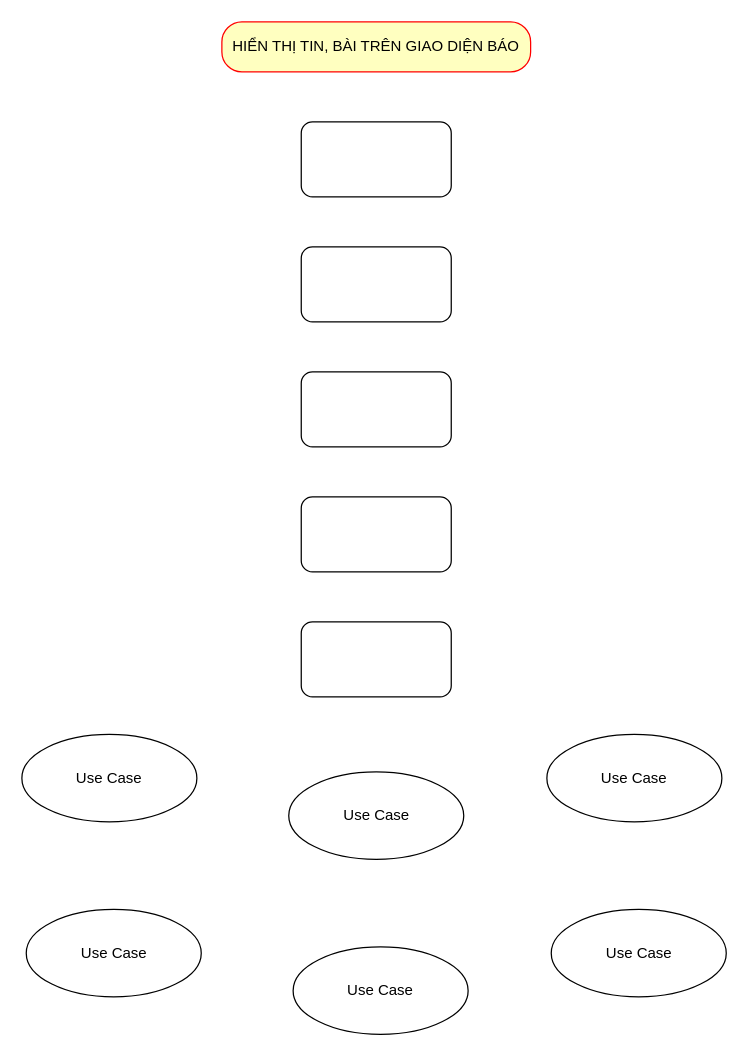
Earlier version of the draw.io diagram luanvan.drawio (malware-d/blockchain). Source tidied: cells renumbered, new cells numbered last; positions are measured from the earlier drawing's top-left corner, leaving out a move shared by most shapes. Both pictures are drawn from the tidied source at 125%, with x=0, y=0 at pixel (21, 21).
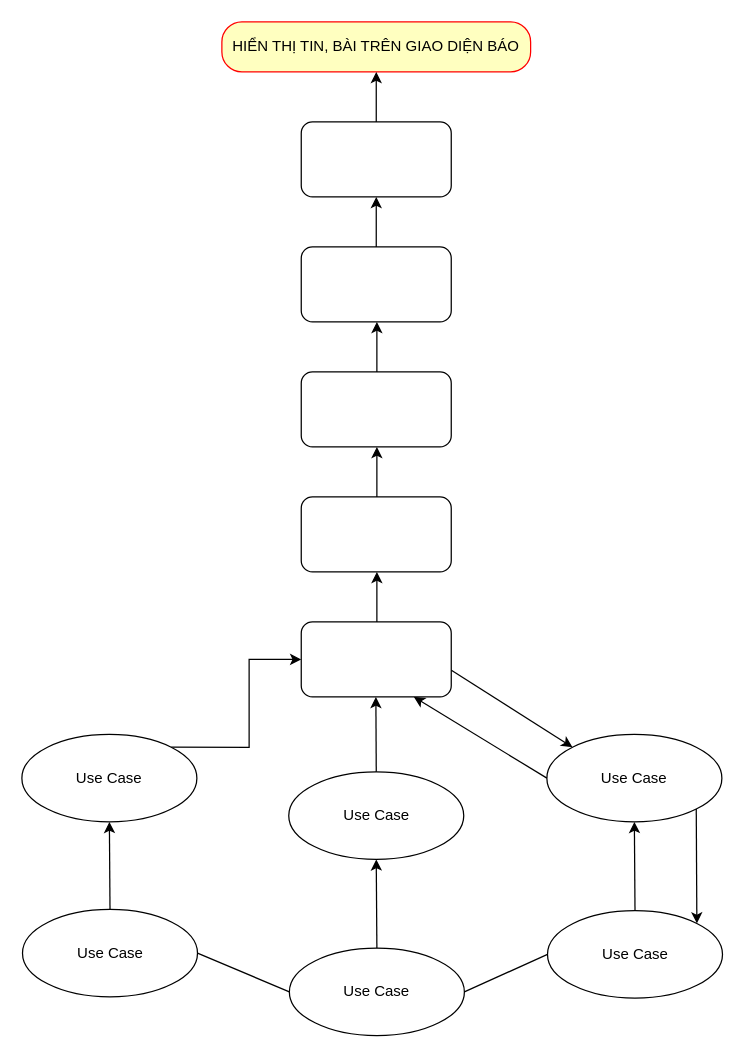
The same diagram, later.

The change refers to these unchanged cells:
```xml
<mxCell id="2" value="HIỂN THỊ TIN, BÀI TRÊN GIAO DIỆN BÁO" style="rounded=1;whiteSpace=wrap;html=1;arcSize=40;fontColor=#000000;fillColor=#ffffc0;strokeColor=#ff0000;" parent="1" vertex="1">
  <mxGeometry x="160" width="247" height="40" as="geometry" />
</mxCell>
<mxCell id="3" style="rounded=1;whiteSpace=wrap;html=1;" parent="1" vertex="1">
  <mxGeometry x="223.5" y="80" width="120" height="60" as="geometry" />
</mxCell>
<mxCell id="4" style="rounded=1;whiteSpace=wrap;html=1;" parent="1" vertex="1">
  <mxGeometry x="223.5" y="180" width="120" height="60" as="geometry" />
</mxCell>
<mxCell id="7" style="rounded=1;whiteSpace=wrap;html=1;" parent="1" vertex="1">
  <mxGeometry x="223.5" y="480" width="120" height="60" as="geometry" />
</mxCell>
<mxCell id="8" value="Use Case" style="ellipse;whiteSpace=wrap;html=1;" parent="1" vertex="1">
  <mxGeometry y="570" width="140" height="70" as="geometry" />
</mxCell>
<mxCell id="9" value="Use Case" style="ellipse;whiteSpace=wrap;html=1;" parent="1" vertex="1">
  <mxGeometry x="213.5" y="600" width="140" height="70" as="geometry" />
</mxCell>
<mxCell id="10" value="Use Case" style="ellipse;whiteSpace=wrap;html=1;" parent="1" vertex="1">
  <mxGeometry x="420" y="570" width="140" height="70" as="geometry" />
</mxCell>
```

Change to the diagram source:
```diff
@@
+    <mxCell id="14" style="edgeStyle=orthogonalEdgeStyle;rounded=0;jettySize=auto;html=1;exitX=1;exitY=0;exitDx=0;exitDy=0;entryX=0;entryY=0.5;entryDx=0;entryDy=0;" parent="1" edge="1" source="8" target="7">
+      <mxGeometry relative="1" as="geometry" />
+    </mxCell>
@@
     <mxCell id="11" value="Use Case" style="ellipse;whiteSpace=wrap;html=1;" parent="1" vertex="1">
-      <mxGeometry x="3.5" y="710" width="140" height="70" as="geometry" />
+      <mxGeometry x="0.5" y="710" width="140" height="70" as="geometry" />
     </mxCell>
     <mxCell id="12" value="Use Case" style="ellipse;whiteSpace=wrap;html=1;" parent="1" vertex="1">
-      <mxGeometry x="217" y="740" width="140" height="70" as="geometry" />
+      <mxGeometry x="214" y="741" width="140" height="70" as="geometry" />
     </mxCell>
     <mxCell id="13" value="Use Case" style="ellipse;whiteSpace=wrap;html=1;" parent="1" vertex="1">
-      <mxGeometry x="423.5" y="710" width="140" height="70" as="geometry" />
+      <mxGeometry x="420.5" y="711" width="140" height="70" as="geometry" />
     </mxCell>
+    <mxCell id="15" style="endArrow=classic;html=1;rounded=0;exitX=0.5;exitY=0;exitDx=0;exitDy=0;" parent="1" edge="1" source="3" target="2">
+      <mxGeometry relative="1" as="geometry" />
+    </mxCell>
+    <mxCell id="16" style="endArrow=classic;html=1;rounded=0;exitX=0.5;exitY=0;exitDx=0;exitDy=0;entryX=0.5;entryY=1;entryDx=0;entryDy=0;" parent="1" edge="1" source="4" target="3">
+      <mxGeometry relative="1" as="geometry" />
+    </mxCell>
+    <mxCell id="17" style="endArrow=classic;html=1;rounded=0;exitX=0.5;exitY=0;exitDx=0;exitDy=0;" parent="1" edge="1">
+      <mxGeometry relative="1" as="geometry">
+        <mxPoint x="284" y="280" as="sourcePoint" />
+        <mxPoint x="284" y="240" as="targetPoint" />
+      </mxGeometry>
+    </mxCell>
+    <mxCell id="18" style="endArrow=classic;html=1;rounded=0;exitX=0.5;exitY=0;exitDx=0;exitDy=0;entryX=0.5;entryY=1;entryDx=0;entryDy=0;" parent="1" edge="1">
+      <mxGeometry relative="1" as="geometry">
+        <mxPoint x="284" y="380" as="sourcePoint" />
+        <mxPoint x="284" y="340" as="targetPoint" />
+      </mxGeometry>
+    </mxCell>
+    <mxCell id="19" style="endArrow=classic;html=1;rounded=0;exitX=0.5;exitY=0;exitDx=0;exitDy=0;entryX=0.5;entryY=1;entryDx=0;entryDy=0;" parent="1" edge="1">
+      <mxGeometry relative="1" as="geometry">
+        <mxPoint x="284" y="480" as="sourcePoint" />
+        <mxPoint x="284" y="440" as="targetPoint" />
+      </mxGeometry>
+    </mxCell>
+    <mxCell id="20" style="endArrow=classic;html=1;rounded=0;exitX=0.5;exitY=0;exitDx=0;exitDy=0;" parent="1" edge="1" source="9">
+      <mxGeometry relative="1" as="geometry">
+        <mxPoint x="283.2" y="540" as="targetPoint" />
+      </mxGeometry>
+    </mxCell>
+    <mxCell id="21" style="endArrow=classic;html=1;rounded=0;exitX=0.5;exitY=0;exitDx=0;exitDy=0;entryX=0.5;entryY=1;entryDx=0;entryDy=0;" parent="1" edge="1" source="12" target="9">
+      <mxGeometry relative="1" as="geometry" />
+    </mxCell>
+    <mxCell id="22" style="endArrow=none;html=1;rounded=0;exitX=1;exitY=0.5;exitDx=0;exitDy=0;entryX=0;entryY=0.5;entryDx=0;entryDy=0;" parent="1" edge="1" source="12" target="13">
+      <mxGeometry relative="1" as="geometry" />
+    </mxCell>
+    <mxCell id="23" style="endArrow=none;html=1;rounded=0;exitX=1;exitY=0.5;exitDx=0;exitDy=0;entryX=0;entryY=0.5;entryDx=0;entryDy=0;" parent="1" edge="1" source="11" target="12">
+      <mxGeometry relative="1" as="geometry" />
+    </mxCell>
+    <mxCell id="24" style="endArrow=classic;html=1;rounded=0;entryX=0.5;entryY=1;entryDx=0;entryDy=0;exitX=0.5;exitY=0;exitDx=0;exitDy=0;" parent="1" edge="1" source="13" target="10">
+      <mxGeometry relative="1" as="geometry" />
+    </mxCell>
+    <mxCell id="25" style="endArrow=classic;html=1;rounded=0;entryX=0.5;entryY=1;entryDx=0;entryDy=0;exitX=0.5;exitY=0;exitDx=0;exitDy=0;" parent="1" edge="1" source="11" target="8">
+      <mxGeometry relative="1" as="geometry" />
+    </mxCell>
+    <mxCell id="26" style="endArrow=classic;html=1;rounded=0;entryX=0.75;entryY=1;entryDx=0;entryDy=0;exitX=0;exitY=0.5;exitDx=0;exitDy=0;" parent="1" edge="1" source="10" target="7">
+      <mxGeometry relative="1" as="geometry" />
+    </mxCell>
+    <mxCell id="27" style="endArrow=classic;html=1;rounded=0;entryX=0;entryY=0;entryDx=0;entryDy=0;exitX=1.001;exitY=0.644;exitDx=0;exitDy=0;exitPerimeter=0;" parent="1" edge="1" source="7" target="10">
+      <mxGeometry relative="1" as="geometry" />
+    </mxCell>
+    <mxCell id="28" style="endArrow=classic;html=1;rounded=0;entryX=1;entryY=0;entryDx=0;entryDy=0;exitX=1;exitY=1;exitDx=0;exitDy=0;" parent="1" edge="1" source="10" target="13">
+      <mxGeometry relative="1" as="geometry" />
+    </mxCell>
```
